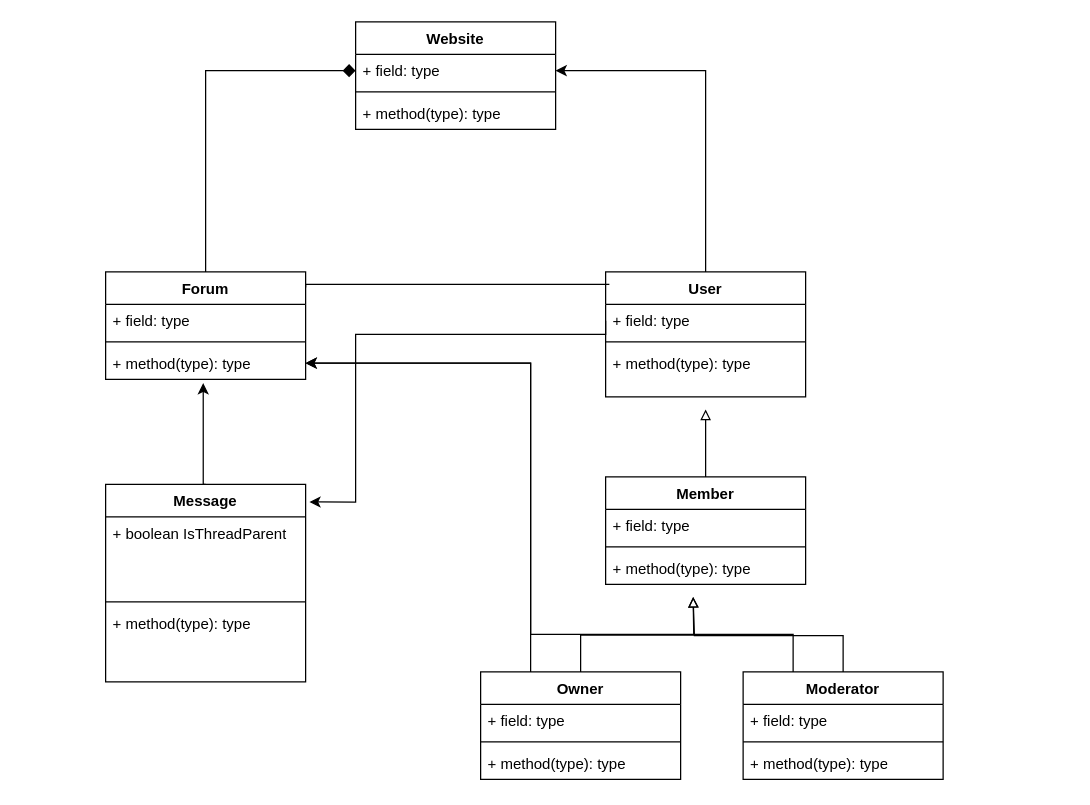
AlexSWoo/UML keeps this draw.io diagram as UML Forum Assignment.drawio. Above is the earlier version. Source tidied: cells renumbered, new cells numbered last; positions are measured from the earlier drawing's top-left corner, leaving out a move shared by most shapes. Both pictures are drawn from the tidied source at 125%, with x=0, y=0 at pixel (105, 21).
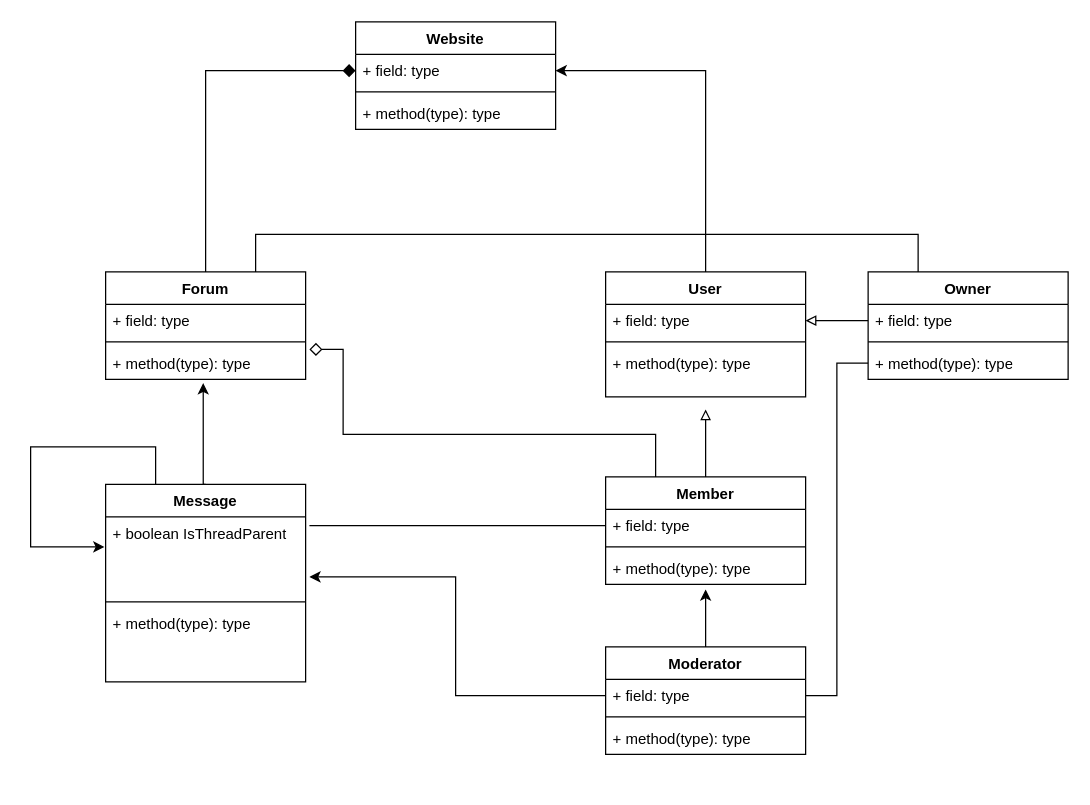
Above is the later version.

Unchanged cells that the change refers to:
```xml
<mxCell id="8" value="+ field: type" style="text;strokeColor=none;fillColor=none;align=left;verticalAlign=top;spacingLeft=4;spacingRight=4;overflow=hidden;points=[[0,0.5],[1,0.5]];portConstraint=eastwest;whiteSpace=wrap;html=1;" parent="7" vertex="1">
  <mxGeometry y="26" width="160" height="26" as="geometry" />
</mxCell>
<mxCell id="12" value="Member&lt;br&gt;" style="swimlane;fontStyle=1;align=center;verticalAlign=top;horizontal=1;startSize=26;whiteSpace=wrap;html=1;" parent="1" vertex="1">
  <mxGeometry x="400" y="364" width="160" height="86" as="geometry" />
</mxCell>
<mxCell id="13" value="+ field: type" style="text;strokeColor=none;fillColor=none;align=left;verticalAlign=top;spacingLeft=4;spacingRight=4;overflow=hidden;points=[[0,0.5],[1,0.5]];portConstraint=eastwest;whiteSpace=wrap;html=1;" parent="12" vertex="1">
  <mxGeometry y="26" width="160" height="26" as="geometry" />
</mxCell>
<mxCell id="15" value="+ method(type): type" style="text;strokeColor=none;fillColor=none;align=left;verticalAlign=top;spacingLeft=4;spacingRight=4;overflow=hidden;points=[[0,0.5],[1,0.5]];portConstraint=eastwest;whiteSpace=wrap;html=1;" parent="12" vertex="1">
  <mxGeometry y="60" width="160" height="26" as="geometry" />
</mxCell>
<mxCell id="19" value="+ field: type" style="text;strokeColor=none;fillColor=none;align=left;verticalAlign=top;spacingLeft=4;spacingRight=4;overflow=hidden;points=[[0,0.5],[1,0.5]];portConstraint=eastwest;whiteSpace=wrap;html=1;" parent="18" vertex="1">
  <mxGeometry y="26" width="160" height="26" as="geometry" />
</mxCell>
<mxCell id="21" value="+ method(type): type" style="text;strokeColor=none;fillColor=none;align=left;verticalAlign=top;spacingLeft=4;spacingRight=4;overflow=hidden;points=[[0,0.5],[1,0.5]];portConstraint=eastwest;whiteSpace=wrap;html=1;" parent="18" vertex="1">
  <mxGeometry y="60" width="160" height="26" as="geometry" />
</mxCell>
<mxCell id="25" value="+ field: type" style="text;strokeColor=none;fillColor=none;align=left;verticalAlign=top;spacingLeft=4;spacingRight=4;overflow=hidden;points=[[0,0.5],[1,0.5]];portConstraint=eastwest;whiteSpace=wrap;html=1;" parent="24" vertex="1">
  <mxGeometry y="26" width="160" height="26" as="geometry" />
</mxCell>
<mxCell id="29" value="Forum" style="swimlane;fontStyle=1;align=center;verticalAlign=top;horizontal=1;startSize=26;whiteSpace=wrap;html=1;" parent="1" vertex="1">
  <mxGeometry y="200" width="160" height="86" as="geometry" />
</mxCell>
<mxCell id="32" value="+ method(type): type" style="text;strokeColor=none;fillColor=none;align=left;verticalAlign=top;spacingLeft=4;spacingRight=4;overflow=hidden;points=[[0,0.5],[1,0.5]];portConstraint=eastwest;whiteSpace=wrap;html=1;" parent="29" vertex="1">
  <mxGeometry y="60" width="160" height="26" as="geometry" />
</mxCell>
<mxCell id="33" value="Message" style="swimlane;fontStyle=1;align=center;verticalAlign=top;horizontal=1;startSize=26;whiteSpace=wrap;html=1;" parent="1" vertex="1">
  <mxGeometry y="370" width="160" height="158" as="geometry" />
</mxCell>
<mxCell id="34" value="+ boolean IsThreadParent" style="text;strokeColor=none;fillColor=none;align=left;verticalAlign=top;spacingLeft=4;spacingRight=4;overflow=hidden;points=[[0,0.5],[1,0.5]];portConstraint=eastwest;whiteSpace=wrap;html=1;" parent="33" vertex="1">
  <mxGeometry y="26" width="160" height="64" as="geometry" />
</mxCell>
```

The edit, as a diff of the source:
```diff
@@
-    <mxCell id="16" style="edgeStyle=orthogonalEdgeStyle;rounded=0;jettySize=auto;html=1;exitX=0.5;exitY=0;exitDx=0;exitDy=0;endArrow=block;endFill=0;" parent="1" edge="1" source="18">
-      <mxGeometry relative="1" as="geometry">
-        <mxPoint x="470" y="460" as="targetPoint" />
-      </mxGeometry>
-    </mxCell>
-    <mxCell id="17" style="edgeStyle=orthogonalEdgeStyle;rounded=0;jettySize=auto;html=1;exitX=0.25;exitY=0;exitDx=0;exitDy=0;entryX=1;entryY=0.5;entryDx=0;entryDy=0;" parent="1" edge="1" source="18" target="32">
-      <mxGeometry relative="1" as="geometry" />
-    </mxCell>
+    <mxCell id="40" style="edgeStyle=orthogonalEdgeStyle;rounded=0;jettySize=auto;html=1;exitX=0.25;exitY=0;exitDx=0;exitDy=0;entryX=0.75;entryY=0;entryDx=0;entryDy=0;endArrow=none;endFill=0;" parent="1" edge="1" source="18" target="29">
+      <mxGeometry relative="1" as="geometry">
+        <Array as="points">
+          <mxPoint x="650" y="170" />
+          <mxPoint x="120" y="170" />
+        </Array>
+      </mxGeometry>
+    </mxCell>
     <mxCell id="18" value="Owner" style="swimlane;fontStyle=1;align=center;verticalAlign=top;horizontal=1;startSize=26;whiteSpace=wrap;html=1;" parent="1" vertex="1">
-      <mxGeometry x="300" y="520" width="160" height="86" as="geometry" />
+      <mxGeometry x="610" y="200" width="160" height="86" as="geometry" />
     </mxCell>
@@
-    <mxCell id="22" style="edgeStyle=orthogonalEdgeStyle;rounded=0;jettySize=auto;html=1;exitX=0.5;exitY=0;exitDx=0;exitDy=0;endArrow=block;endFill=0;" parent="1" edge="1" source="24">
-      <mxGeometry relative="1" as="geometry">
-        <mxPoint x="470" y="460" as="targetPoint" />
-        <Array as="points">
-          <mxPoint x="590" y="491" />
-          <mxPoint x="471" y="491" />
-        </Array>
-      </mxGeometry>
-    </mxCell>
-    <mxCell id="23" style="edgeStyle=orthogonalEdgeStyle;rounded=0;jettySize=auto;html=1;exitX=0.25;exitY=0;exitDx=0;exitDy=0;entryX=1;entryY=0.5;entryDx=0;entryDy=0;" parent="1" edge="1" source="24" target="32">
-      <mxGeometry relative="1" as="geometry">
-        <Array as="points">
-          <mxPoint x="550" y="490" />
-          <mxPoint x="340" y="490" />
-          <mxPoint x="340" y="273" />
-        </Array>
-      </mxGeometry>
-    </mxCell>
     <mxCell id="24" value="Moderator" style="swimlane;fontStyle=1;align=center;verticalAlign=top;horizontal=1;startSize=26;whiteSpace=wrap;html=1;" parent="1" vertex="1">
-      <mxGeometry x="510" y="520" width="160" height="86" as="geometry" />
+      <mxGeometry x="400" y="500" width="160" height="86" as="geometry" />
     </mxCell>
@@
-    <mxCell id="37" style="edgeStyle=orthogonalEdgeStyle;rounded=0;jettySize=auto;html=1;exitX=0;exitY=0.5;exitDx=0;exitDy=0;entryX=1.019;entryY=0.089;entryDx=0;entryDy=0;entryPerimeter=0;" parent="1" edge="1" source="8" target="33">
-      <mxGeometry relative="1" as="geometry">
-        <Array as="points">
-          <mxPoint x="400" y="250" />
-          <mxPoint x="200" y="250" />
-          <mxPoint x="200" y="384" />
-        </Array>
-      </mxGeometry>
-    </mxCell>
-    <mxCell id="38" style="edgeStyle=orthogonalEdgeStyle;rounded=0;orthogonalLoop=1;jettySize=auto;html=1;exitX=1;exitY=0.25;exitDx=0;exitDy=0;entryX=0.019;entryY=0.19;entryDx=0;entryDy=0;entryPerimeter=0;endArrow=none;endFill=0;" parent="1" edge="1">
-      <mxGeometry relative="1" as="geometry">
-        <mxPoint x="160" y="212.5" as="sourcePoint" />
-        <mxPoint x="403" y="210" as="targetPoint" />
-        <Array as="points">
-          <mxPoint x="160" y="210" />
-        </Array>
-      </mxGeometry>
-    </mxCell>
+    <mxCell id="41" style="edgeStyle=orthogonalEdgeStyle;rounded=0;jettySize=auto;html=1;exitX=0.25;exitY=0;exitDx=0;exitDy=0;entryX=-0.006;entryY=0.375;entryDx=0;entryDy=0;entryPerimeter=0;" parent="33" edge="1" source="33" target="34">
+      <mxGeometry relative="1" as="geometry">
+        <Array as="points">
+          <mxPoint x="40" y="-30" />
+          <mxPoint x="-60" y="-30" />
+          <mxPoint x="-60" y="50" />
+        </Array>
+      </mxGeometry>
+    </mxCell>
@@
+    <mxCell id="42" style="edgeStyle=orthogonalEdgeStyle;rounded=0;jettySize=auto;html=1;exitX=0.5;exitY=0;exitDx=0;exitDy=0;entryX=0.5;entryY=1.154;entryDx=0;entryDy=0;entryPerimeter=0;" parent="1" edge="1" source="24" target="15">
+      <mxGeometry relative="1" as="geometry">
+        <Array as="points">
+          <mxPoint x="480" y="460" />
+          <mxPoint x="480" y="460" />
+        </Array>
+      </mxGeometry>
+    </mxCell>
+    <mxCell id="43" style="edgeStyle=orthogonalEdgeStyle;rounded=0;jettySize=auto;html=1;exitX=0;exitY=0.5;exitDx=0;exitDy=0;entryX=1;entryY=0.5;entryDx=0;entryDy=0;endArrow=none;endFill=0;" parent="1" edge="1" source="21" target="25">
+      <mxGeometry relative="1" as="geometry" />
+    </mxCell>
+    <mxCell id="44" style="edgeStyle=orthogonalEdgeStyle;rounded=0;jettySize=auto;html=1;exitX=0;exitY=0.5;exitDx=0;exitDy=0;entryX=1.019;entryY=0.109;entryDx=0;entryDy=0;entryPerimeter=0;endArrow=none;endFill=0;" parent="1" edge="1" source="13" target="34">
+      <mxGeometry relative="1" as="geometry" />
+    </mxCell>
+    <mxCell id="45" style="edgeStyle=orthogonalEdgeStyle;rounded=0;jettySize=auto;html=1;exitX=0;exitY=0.5;exitDx=0;exitDy=0;entryX=1;entryY=0.5;entryDx=0;entryDy=0;endArrow=block;endFill=0;" parent="1" edge="1" source="19" target="8">
+      <mxGeometry relative="1" as="geometry" />
+    </mxCell>
+    <mxCell id="46" style="edgeStyle=orthogonalEdgeStyle;rounded=0;jettySize=auto;html=1;exitX=0;exitY=0.5;exitDx=0;exitDy=0;entryX=1.019;entryY=0.75;entryDx=0;entryDy=0;entryPerimeter=0;" parent="1" edge="1" source="25" target="34">
+      <mxGeometry relative="1" as="geometry" />
+    </mxCell>
+    <mxCell id="47" style="edgeStyle=orthogonalEdgeStyle;rounded=0;jettySize=auto;html=1;exitX=0.25;exitY=0;exitDx=0;exitDy=0;entryX=1.019;entryY=0.077;entryDx=0;entryDy=0;entryPerimeter=0;endArrow=diamond;endFill=0;endSize=8;" parent="1" edge="1" source="12" target="32">
+      <mxGeometry relative="1" as="geometry">
+        <Array as="points">
+          <mxPoint x="440" y="330" />
+          <mxPoint x="190" y="330" />
+          <mxPoint x="190" y="262" />
+        </Array>
+      </mxGeometry>
+    </mxCell>
```
